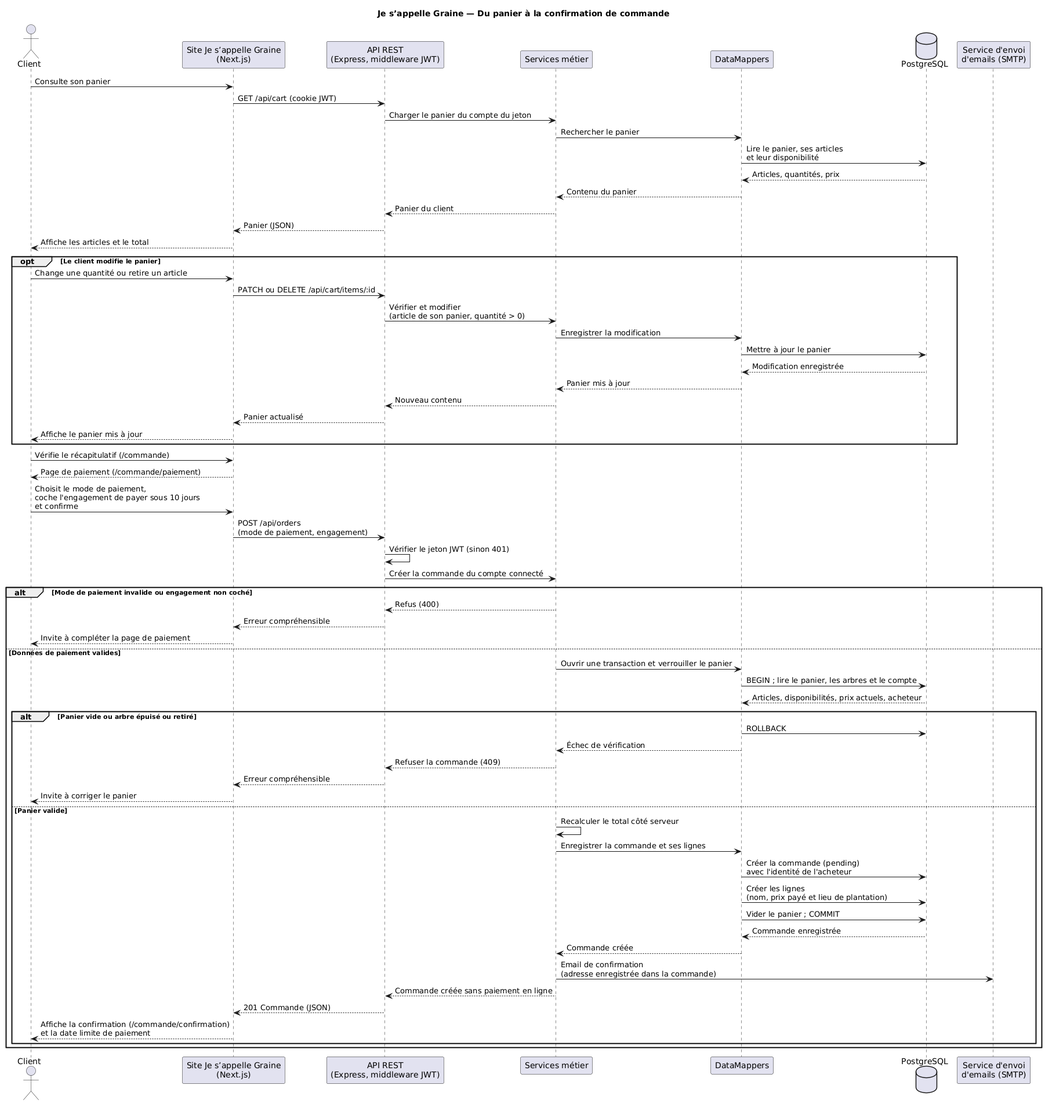
The PlantUML diagram docs/conception/diagrammes/03-diagramme-sequence-achat.png in DimitryDereppe/je-s-appelle-graine, before a commit.
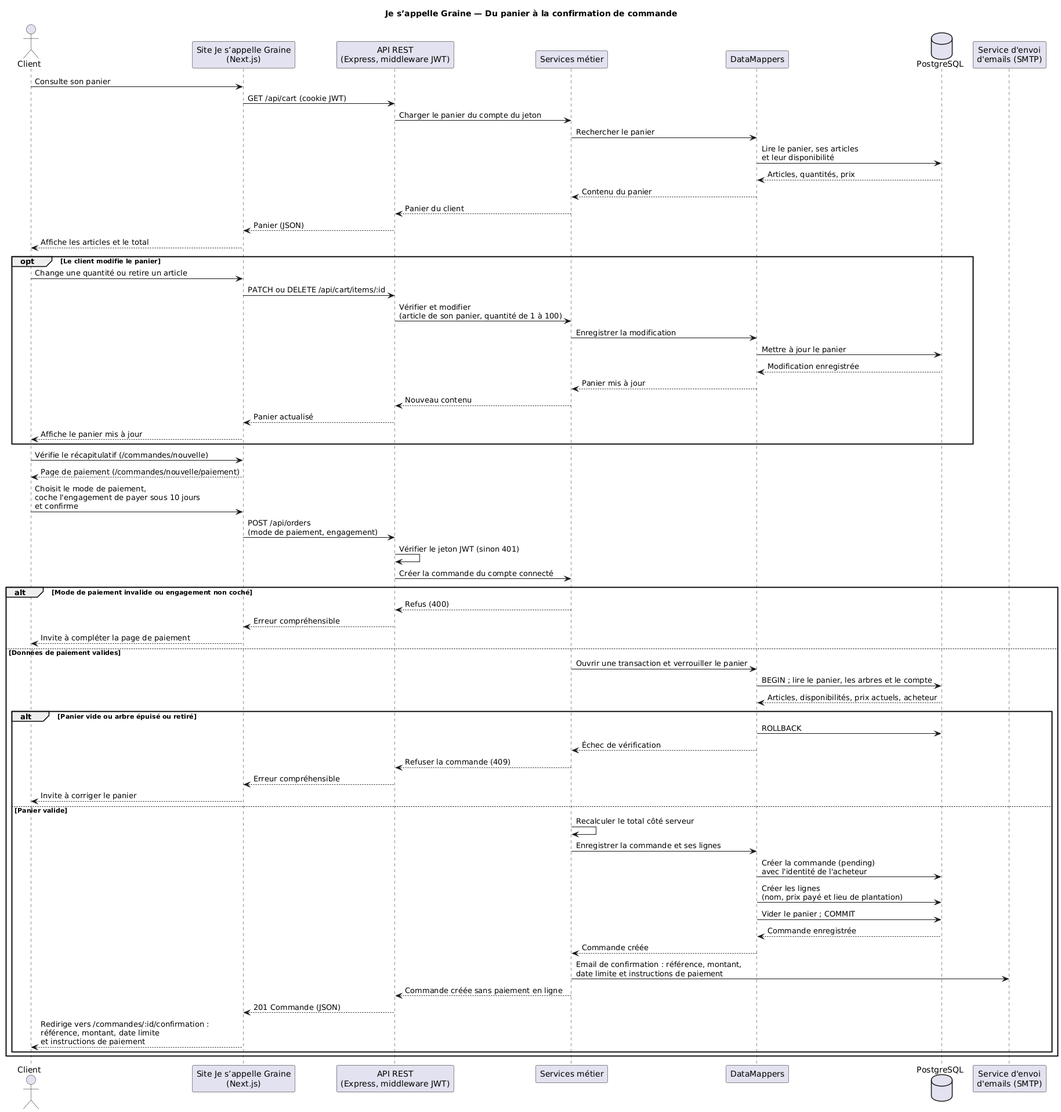
The same diagram one commit later.

Change to the diagram source:
```diff
@@ -23,7 +23,7 @@
 opt Le client modifie le panier
   Client -> Site : Change une quantité ou retire un article
   Site -> API : PATCH ou DELETE /api/cart/items/:id
-  API -> Services : Vérifier et modifier\n(article de son panier, quantité > 0)
+  API -> Services : Vérifier et modifier\n(article de son panier, quantité de 1 à 100)
   Services -> DM : Enregistrer la modification
   DM -> DB : Mettre à jour le panier
   DB --> DM : Modification enregistrée
@@ -33,8 +33,8 @@
   Site --> Client : Affiche le panier mis à jour
 end
 
-Client -> Site : Vérifie le récapitulatif (/commande)
-Site --> Client : Page de paiement (/commande/paiement)
+Client -> Site : Vérifie le récapitulatif (/commandes/nouvelle)
+Site --> Client : Page de paiement (/commandes/nouvelle/paiement)
 Client -> Site : Choisit le mode de paiement,\ncoche l'engagement de payer sous 10 jours\net confirme
 Site -> API : POST /api/orders\n(mode de paiement, engagement)
 API -> API : Vérifier le jeton JWT (sinon 401)
@@ -63,10 +63,10 @@
     DM -> DB : Vider le panier ; COMMIT
     DB --> DM : Commande enregistrée
     DM --> Services : Commande créée
-    Services -> Mail : Email de confirmation\n(adresse enregistrée dans la commande)
+    Services -> Mail : Email de confirmation : référence, montant,\ndate limite et instructions de paiement
     Services --> API : Commande créée sans paiement en ligne
     API --> Site : 201 Commande (JSON)
-    Site --> Client : Affiche la confirmation (/commande/confirmation)\net la date limite de paiement
+    Site --> Client : Redirige vers /commandes/:id/confirmation :\nréférence, montant, date limite\net instructions de paiement
   end
 end
 @enduml
```
